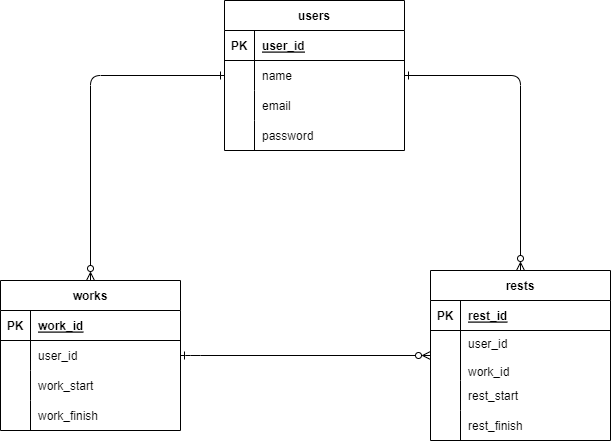
Earlier version of the draw.io export timestamp.drawio.png (nakagawa1573/images). Source tidied: cells renumbered, new cells last; positions are measured from the earlier drawing's top-left corner, leaving out a move shared by most shapes.
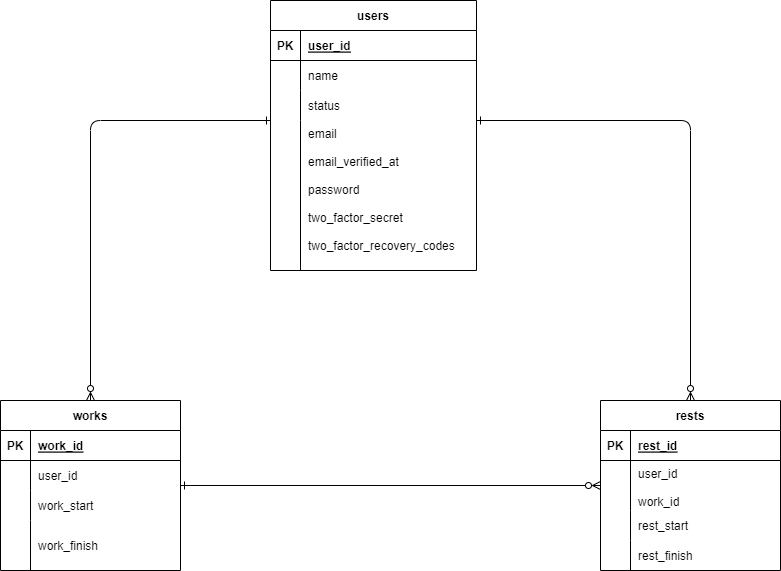
Later version of the same file.

What changed in the source:
```diff
@@ -3,46 +3,46 @@
     <mxCell id="0" />
     <mxCell id="1" parent="0" />
     <mxCell id="2" value="users" style="shape=table;startSize=30;rowLines=0;fontStyle=1;align=center;" parent="1" vertex="1">
-      <mxGeometry x="224" width="180" height="150" as="geometry" />
+      <mxGeometry x="200" y="-40" width="206" height="270" as="geometry" />
     </mxCell>
     <mxCell id="3" style="shape=tableRow;horizontal=0;startSize=0;swimlaneHead=0;swimlaneBody=0;fillColor=none;top=0;left=0;right=0;bottom=1;" parent="2" vertex="1">
-      <mxGeometry y="30" width="180" height="30" as="geometry" />
+      <mxGeometry y="30" width="206" height="30" as="geometry" />
     </mxCell>
     <mxCell id="4" value="PK" style="shape=partialRectangle;fillColor=none;top=0;left=0;bottom=0;right=0;fontStyle=1;overflow=hidden;" parent="3" vertex="1">
       <mxGeometry width="30" height="30" as="geometry" />
     </mxCell>
     <mxCell id="5" value="user_id" style="shape=partialRectangle;fillColor=none;top=0;left=0;bottom=0;right=0;align=left;spacingLeft=6;fontStyle=5;overflow=hidden;" parent="3" vertex="1">
-      <mxGeometry x="30" width="150" height="30" as="geometry" />
+      <mxGeometry x="30" width="176" height="30" as="geometry" />
     </mxCell>
     <mxCell id="6" style="shape=tableRow;horizontal=0;startSize=0;swimlaneHead=0;swimlaneBody=0;fillColor=none;points=[[0,0.5],[1,0.5]];portConstraint=eastwest;top=0;left=0;right=0;bottom=0;" parent="2" vertex="1">
-      <mxGeometry y="60" width="180" height="30" as="geometry" />
+      <mxGeometry y="60" width="206" height="30" as="geometry" />
     </mxCell>
     <mxCell id="7" style="shape=partialRectangle;fillColor=none;top=0;left=0;bottom=0;right=0;overflow=hidden;" parent="6" vertex="1">
       <mxGeometry width="30" height="30" as="geometry" />
     </mxCell>
     <mxCell id="8" value="name" style="shape=partialRectangle;fillColor=none;top=0;left=0;bottom=0;right=0;align=left;spacingLeft=6;overflow=hidden;" parent="6" vertex="1">
-      <mxGeometry x="30" width="150" height="30" as="geometry" />
+      <mxGeometry x="30" width="176" height="30" as="geometry" />
     </mxCell>
     <mxCell id="9" style="shape=tableRow;horizontal=0;startSize=0;swimlaneHead=0;swimlaneBody=0;fillColor=none;top=0;left=0;right=0;bottom=0;" parent="2" vertex="1">
-      <mxGeometry y="90" width="180" height="30" as="geometry" />
+      <mxGeometry y="90" width="206" height="30" as="geometry" />
     </mxCell>
     <mxCell id="10" style="shape=partialRectangle;fillColor=none;top=0;left=0;bottom=0;right=0;overflow=hidden;" parent="9" vertex="1">
       <mxGeometry width="30" height="30" as="geometry" />
     </mxCell>
-    <mxCell id="11" value="email" style="shape=partialRectangle;fillColor=none;top=0;left=0;bottom=0;right=0;align=left;spacingLeft=6;overflow=hidden;" parent="9" vertex="1">
-      <mxGeometry x="30" width="150" height="30" as="geometry" />
+    <mxCell id="11" value="status" style="shape=partialRectangle;fillColor=none;top=0;left=0;bottom=0;right=0;align=left;spacingLeft=6;overflow=hidden;" parent="9" vertex="1">
+      <mxGeometry x="30" width="176" height="30" as="geometry" />
     </mxCell>
     <mxCell id="12" style="shape=tableRow;horizontal=0;startSize=0;swimlaneHead=0;swimlaneBody=0;fillColor=none;points=[[0,0.5],[1,0.5]];portConstraint=eastwest;top=0;left=0;right=0;bottom=0;" parent="2" vertex="1">
-      <mxGeometry y="120" width="180" height="30" as="geometry" />
+      <mxGeometry y="120" width="206" height="150" as="geometry" />
     </mxCell>
     <mxCell id="13" style="shape=partialRectangle;fillColor=none;top=0;left=0;bottom=0;right=0;overflow=hidden;" parent="12" vertex="1">
-      <mxGeometry width="30" height="30" as="geometry" />
+      <mxGeometry width="30" height="150" as="geometry" />
     </mxCell>
-    <mxCell id="14" value="password" style="shape=partialRectangle;fillColor=none;top=0;left=0;bottom=0;right=0;align=left;spacingLeft=6;overflow=hidden;" parent="12" vertex="1">
-      <mxGeometry x="30" width="150" height="30" as="geometry" />
+    <mxCell id="14" value="email&#10;&#10;email_verified_at&#10;&#10;password&#10;&#10;two_factor_secret&#10;&#10;two_factor_recovery_codes" style="shape=partialRectangle;fillColor=none;top=0;left=0;bottom=0;right=0;align=left;spacingLeft=6;overflow=hidden;verticalAlign=top;" parent="12" vertex="1">
+      <mxGeometry x="30" width="176" height="150" as="geometry" />
     </mxCell>
     <mxCell id="15" value="works" style="shape=table;startSize=30;rowLines=0;fontStyle=1;align=center;" parent="1" vertex="1">
-      <mxGeometry y="280" width="180" height="150" as="geometry" />
+      <mxGeometry x="-70" y="360" width="180" height="170" as="geometry" />
     </mxCell>
     <mxCell id="16" style="shape=tableRow;horizontal=0;startSize=0;swimlaneHead=0;swimlaneBody=0;fillColor=none;top=0;left=0;right=0;bottom=1;" parent="15" vertex="1">
       <mxGeometry y="30" width="180" height="30" as="geometry" />
@@ -72,16 +72,16 @@
       <mxGeometry x="30" width="150" height="30" as="geometry" />
     </mxCell>
     <mxCell id="25" style="shape=tableRow;horizontal=0;startSize=0;swimlaneHead=0;swimlaneBody=0;fillColor=none;top=0;left=0;right=0;bottom=0;" parent="15" vertex="1">
-      <mxGeometry y="120" width="180" height="30" as="geometry" />
+      <mxGeometry y="120" width="180" height="50" as="geometry" />
     </mxCell>
     <mxCell id="26" style="shape=partialRectangle;fillColor=none;top=0;left=0;bottom=0;right=0;overflow=hidden;" parent="25" vertex="1">
-      <mxGeometry width="30" height="30" as="geometry" />
+      <mxGeometry width="30" height="50" as="geometry" />
     </mxCell>
     <mxCell id="27" value="work_finish" style="shape=partialRectangle;fillColor=none;top=0;left=0;bottom=0;right=0;align=left;spacingLeft=6;overflow=hidden;" parent="25" vertex="1">
-      <mxGeometry x="30" width="150" height="30" as="geometry" />
+      <mxGeometry x="30" width="150" height="50" as="geometry" />
     </mxCell>
     <mxCell id="28" value="rests" style="shape=table;startSize=30;rowLines=0;fontStyle=1;align=center;" parent="1" vertex="1">
-      <mxGeometry x="430" y="270" width="180" height="170" as="geometry" />
+      <mxGeometry x="530" y="360" width="180" height="170" as="geometry" />
     </mxCell>
     <mxCell id="29" style="shape=tableRow;horizontal=0;startSize=0;swimlaneHead=0;swimlaneBody=0;fillColor=none;top=0;left=0;right=0;bottom=1;" parent="28" vertex="1">
       <mxGeometry y="30" width="180" height="30" as="geometry" />
@@ -119,26 +119,22 @@
     <mxCell id="40" value="rest_finish" style="shape=partialRectangle;fillColor=none;top=0;left=0;bottom=0;right=0;align=left;spacingLeft=6;overflow=hidden;" parent="38" vertex="1">
       <mxGeometry x="30" width="150" height="30" as="geometry" />
     </mxCell>
-    <mxCell id="41" style="fontSize=12;html=1;endArrow=ERone;exitX=0.5;exitY=0;exitDx=0;exitDy=0;endFill=0;startArrow=ERzeroToMany;startFill=0;entryX=0;entryY=0.5;entryDx=0;entryDy=0;" parent="1" edge="1" source="15" target="6">
+    <mxCell id="41" style="fontSize=12;html=1;endArrow=ERone;exitX=0.5;exitY=0;exitDx=0;exitDy=0;endFill=0;startArrow=ERzeroToMany;startFill=0;entryX=0;entryY=0;entryDx=0;entryDy=0;entryPerimeter=0;" parent="1" edge="1" source="15" target="12">
       <mxGeometry relative="1" as="geometry">
         <Array as="points">
-          <mxPoint x="90" y="75" />
+          <mxPoint x="20" y="80" />
         </Array>
       </mxGeometry>
     </mxCell>
-    <mxCell id="42" style="fontSize=12;html=1;endArrow=ERone;endFill=0;exitX=0.5;exitY=0;exitDx=0;exitDy=0;entryX=1;entryY=0.5;entryDx=0;entryDy=0;startArrow=ERzeroToMany;startFill=0;" parent="1" edge="1" source="28" target="6">
+    <mxCell id="42" style="fontSize=12;html=1;endArrow=ERone;endFill=0;exitX=0.5;exitY=0;exitDx=0;exitDy=0;entryX=1;entryY=0;entryDx=0;entryDy=0;startArrow=ERzeroToMany;startFill=0;entryPerimeter=0;" parent="1" edge="1" source="28" target="12">
       <mxGeometry relative="1" as="geometry">
         <Array as="points">
-          <mxPoint x="520" y="75" />
+          <mxPoint x="620" y="80" />
         </Array>
       </mxGeometry>
     </mxCell>
-    <mxCell id="43" style="endArrow=ERzeroToMany;html=1;endFill=0;startArrow=ERone;startFill=0;exitX=1;exitY=0.5;exitDx=0;exitDy=0;entryX=0;entryY=0.5;entryDx=0;entryDy=0;" parent="1" edge="1" source="19" target="32">
-      <mxGeometry relative="1" as="geometry">
-        <Array as="points">
-          <mxPoint x="190" y="355" />
-        </Array>
-      </mxGeometry>
+    <mxCell id="43" style="endArrow=ERzeroToMany;html=1;endFill=0;startArrow=ERone;startFill=0;exitX=1;exitY=0.833;exitDx=0;exitDy=0;entryX=0;entryY=0.5;entryDx=0;entryDy=0;exitPerimeter=0;" parent="1" edge="1" source="19" target="32">
+      <mxGeometry relative="1" as="geometry" />
     </mxCell>
   </root>
 </mxGraphModel>
```
